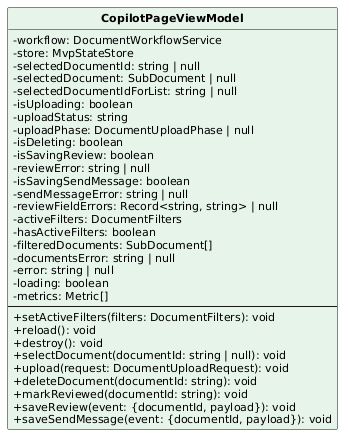
Earlier version of the PlantUML export PB/Specifica Tecnica/ImmaginiSpecificaTecnica/ClassiSingoleFrontend/CopilotPageViewModel.png (aLittleByte-19/Documentazione). The source it was exported from:
```plantuml
@startuml
skinparam classAttributeIconSize 0
skinparam classFontStyle bold
skinparam classFontSize 13
skinparam classAttributeFontSize 11
skinparam shadowing false
hide circle
class CopilotPageViewModel #E6F4EA {
  -workflow: DocumentWorkflowService
  -store: MvpStateStore
  -selectedDocumentId: string | null
  -selectedDocument: SubDocument | null
  -selectedDocumentIdForList: string | null
  -isUploading: boolean
  -uploadStatus: string
  -uploadPhase: DocumentUploadPhase | null
  -isDeleting: boolean
  -isSavingReview: boolean
  -reviewError: string | null
  -isSavingSendMessage: boolean
  -sendMessageError: string | null
  -reviewFieldErrors: Record<string, string> | null
  -activeFilters: DocumentFilters
  -hasActiveFilters: boolean
  -filteredDocuments: SubDocument[]
  -documentsError: string | null
  -error: string | null
  -loading: boolean
  -metrics: Metric[]
  --
  +setActiveFilters(filters: DocumentFilters): void
  +reload(): void
  +destroy(): void
  +selectDocument(documentId: string | null): void
  +upload(request: DocumentUploadRequest): void
  +deleteDocument(documentId: string): void
  +markReviewed(documentId: string): void
  +saveReview(event: {documentId, payload}): void
  +saveSendMessage(event: {documentId, payload}): void
}
@enduml
```
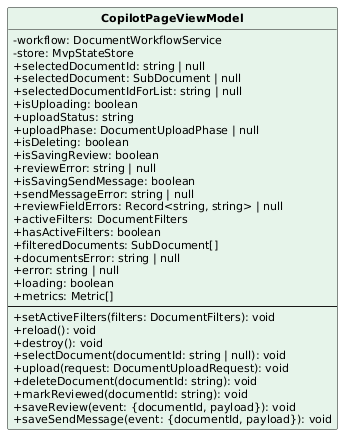
Later version of the same file.

What changed in the source:
```diff
@@ -8,25 +8,25 @@
 class CopilotPageViewModel #E6F4EA {
   -workflow: DocumentWorkflowService
   -store: MvpStateStore
-  -selectedDocumentId: string | null
-  -selectedDocument: SubDocument | null
-  -selectedDocumentIdForList: string | null
-  -isUploading: boolean
-  -uploadStatus: string
-  -uploadPhase: DocumentUploadPhase | null
-  -isDeleting: boolean
-  -isSavingReview: boolean
-  -reviewError: string | null
-  -isSavingSendMessage: boolean
-  -sendMessageError: string | null
-  -reviewFieldErrors: Record<string, string> | null
-  -activeFilters: DocumentFilters
-  -hasActiveFilters: boolean
-  -filteredDocuments: SubDocument[]
-  -documentsError: string | null
-  -error: string | null
-  -loading: boolean
-  -metrics: Metric[]
+  +selectedDocumentId: string | null
+  +selectedDocument: SubDocument | null
+  +selectedDocumentIdForList: string | null
+  +isUploading: boolean
+  +uploadStatus: string
+  +uploadPhase: DocumentUploadPhase | null
+  +isDeleting: boolean
+  +isSavingReview: boolean
+  +reviewError: string | null
+  +isSavingSendMessage: boolean
+  +sendMessageError: string | null
+  +reviewFieldErrors: Record<string, string> | null
+  +activeFilters: DocumentFilters
+  +hasActiveFilters: boolean
+  +filteredDocuments: SubDocument[]
+  +documentsError: string | null
+  +error: string | null
+  +loading: boolean
+  +metrics: Metric[]
   --
   +setActiveFilters(filters: DocumentFilters): void
   +reload(): void
```
